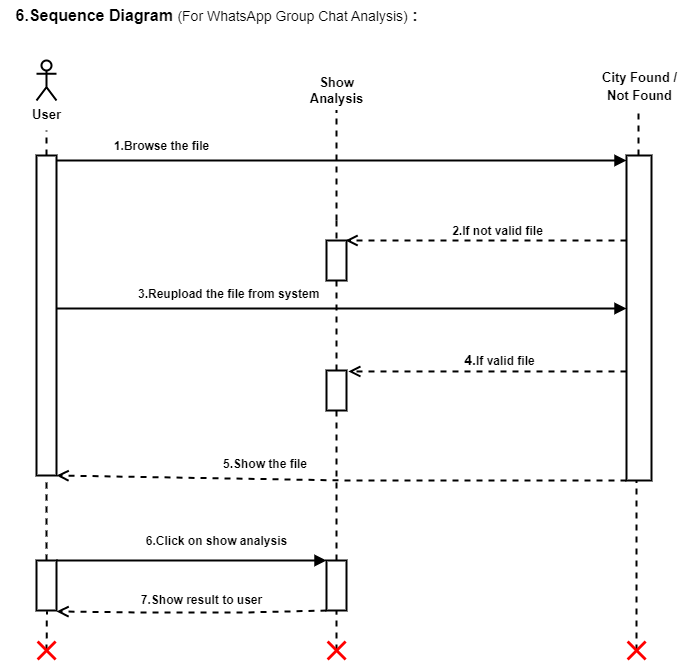
Above: 7.Sequence Diagram.drawio.png in akashpagi/GITHUB (draw.io), before the change. Source tidied: cells renumbered, new cells last; positions are measured from the earlier drawing's top-left corner, leaving out a move shared by most shapes.
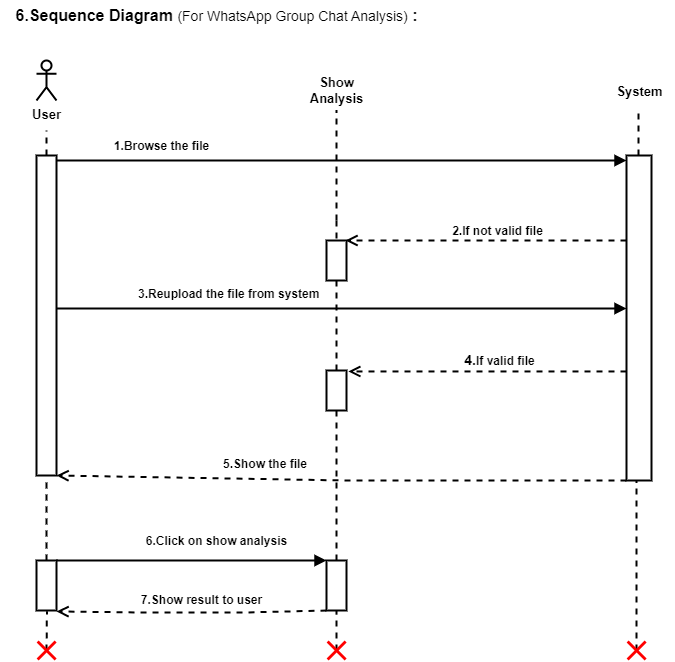
Above is the later version.

The edit, as a diff of the source:
```diff
@@ -25,8 +25,8 @@
         <mxPoint x="335" y="110" as="targetPoint" />
       </mxGeometry>
     </mxCell>
-    <mxCell id="7" value="&lt;b style=&quot;font-size: 13px;&quot;&gt;City Found /&lt;br&gt;Not Found&lt;br&gt;&lt;/b&gt;" style="text;html=1;align=center;verticalAlign=middle;strokeColor=none;fillColor=none;fontSize=15;strokeWidth=2;" parent="1" vertex="1">
-      <mxGeometry x="587.5" y="60" width="100" height="50" as="geometry" />
+    <mxCell id="7" value="&lt;b style=&quot;font-size: 13px;&quot;&gt;System&lt;br&gt;&lt;/b&gt;" style="text;html=1;align=center;verticalAlign=middle;strokeColor=none;fillColor=none;fontSize=15;strokeWidth=2;" parent="1" vertex="1">
+      <mxGeometry x="602.5" y="75" width="70" height="30" as="geometry" />
     </mxCell>
     <mxCell id="8" style="endArrow=none;dashed=1;html=1;rounded=0;strokeWidth=2;fontSize=15;startArrow=none;" parent="1" edge="1" source="21">
       <mxGeometry relative="1" as="geometry">
```
